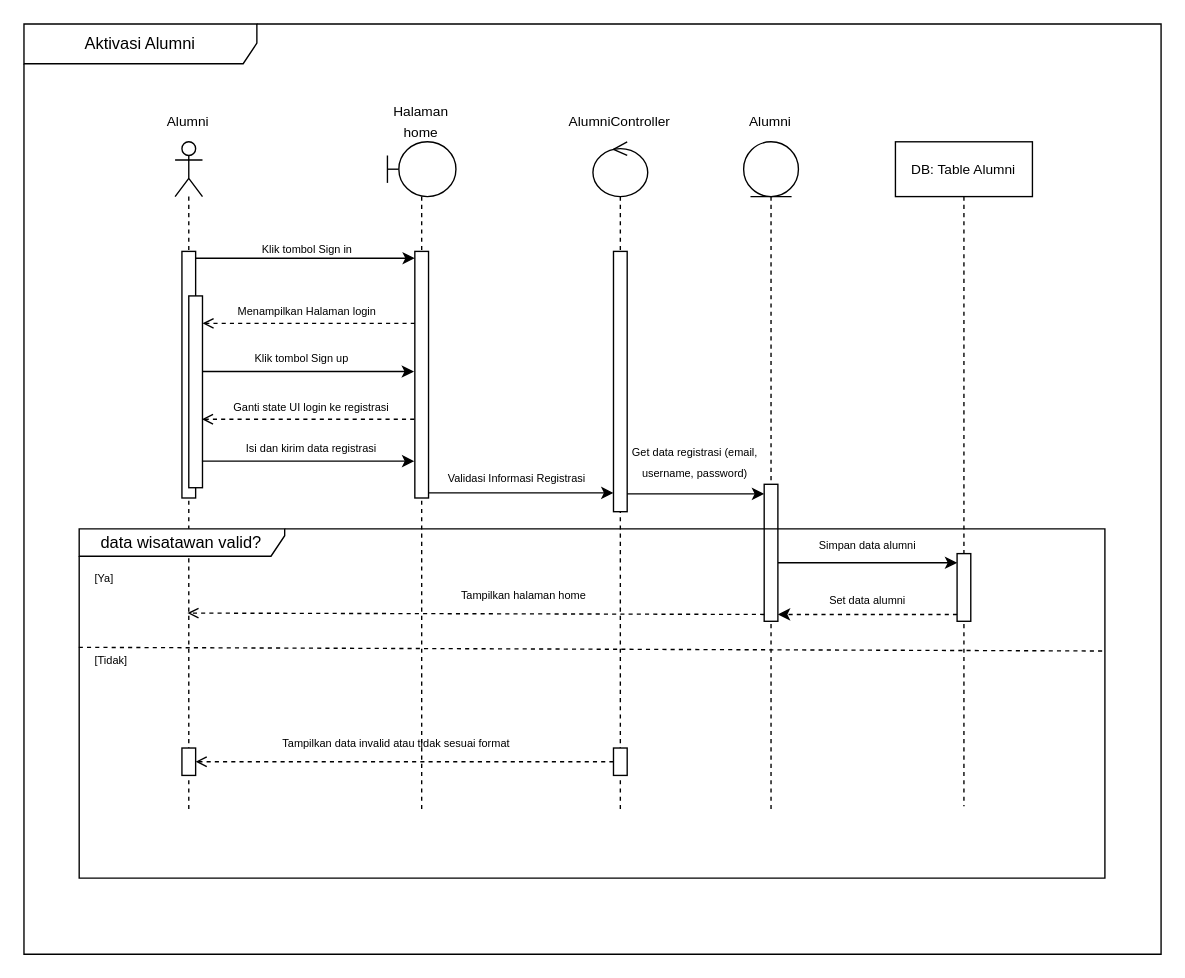
Above: page "Seq D. Aktivasi" (9 of 13) of PBL5.drawio in agungsaraswati/diagram_pbl5 (draw.io), before the change. Source tidied: cells renumbered, new cells numbered last; positions are measured from the earlier drawing's top-left corner, leaving out a move shared by most shapes. Both pictures are drawn from the tidied source at 137%, with x=0, y=0 at pixel (23, 23).
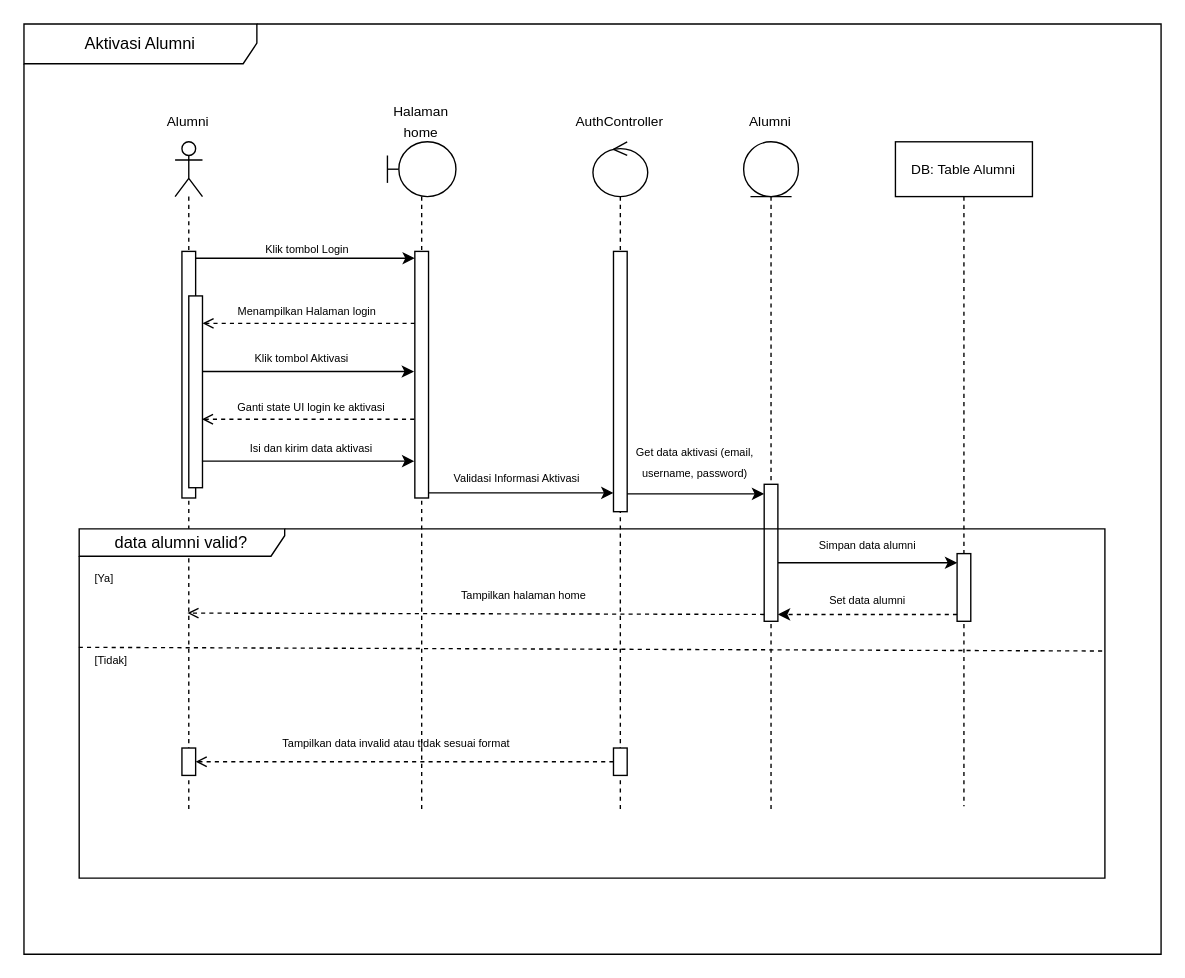
The same page after the edit.

Change to the diagram source:
```diff
@@
-    <mxCell id="2" value="&lt;font style=&quot;font-size: 8px;&quot;&gt;Validasi Informasi Registrasi&lt;/font&gt;" style="text;html=1;align=center;verticalAlign=middle;whiteSpace=wrap;rounded=0;" parent="1" vertex="1">
+    <mxCell id="2" value="&lt;font style=&quot;font-size: 8px;&quot;&gt;Validasi Informasi Aktivasi&lt;/font&gt;" style="text;html=1;align=center;verticalAlign=middle;whiteSpace=wrap;rounded=0;" parent="1" vertex="1">
       <mxGeometry x="295.3" y="322.5" width="130" height="16.5" as="geometry" />
     </mxCell>
@@
-    <mxCell id="11" value="&lt;span style=&quot;font-size: 8px;&quot;&gt;Klik tombol Sign in&lt;/span&gt;" style="text;html=1;align=center;verticalAlign=middle;whiteSpace=wrap;rounded=0;fontFamily=Helvetica;fontSize=12;fontColor=default;" parent="1" vertex="1">
+    <mxCell id="11" value="&lt;span style=&quot;font-size: 8px;&quot;&gt;Klik tombol Login&lt;/span&gt;" style="text;html=1;align=center;verticalAlign=middle;whiteSpace=wrap;rounded=0;fontFamily=Helvetica;fontSize=12;fontColor=default;" parent="1" vertex="1">
       <mxGeometry x="167.4" y="148.5" width="80" height="30" as="geometry" />
     </mxCell>
@@
-    <mxCell id="15" value="&lt;font style=&quot;font-size: 8px;&quot;&gt;Klik tombol Sign up&lt;/font&gt;" style="text;html=1;align=center;verticalAlign=middle;whiteSpace=wrap;rounded=0;" parent="1" vertex="1">
+    <mxCell id="15" value="&lt;font style=&quot;font-size: 8px;&quot;&gt;Klik tombol Aktivasi&lt;/font&gt;" style="text;html=1;align=center;verticalAlign=middle;whiteSpace=wrap;rounded=0;" parent="1" vertex="1">
       <mxGeometry x="154.5" y="233.5" width="95.8" height="18" as="geometry" />
     </mxCell>
-    <mxCell id="16" value="&lt;font size=&quot;1&quot;&gt;AlumniController&lt;/font&gt;" style="text;html=1;align=center;verticalAlign=middle;whiteSpace=wrap;rounded=0;" parent="1" vertex="1">
+    <mxCell id="16" value="&lt;font size=&quot;1&quot;&gt;AuthController&lt;/font&gt;" style="text;html=1;align=center;verticalAlign=middle;whiteSpace=wrap;rounded=0;" parent="1" vertex="1">
       <mxGeometry x="395.3" y="56" width="80" height="30" as="geometry" />
     </mxCell>
@@
-    <mxCell id="23" value="data wisatawan valid?" style="shape=umlFrame;whiteSpace=wrap;html=1;width=150;height=20;" parent="1" vertex="1">
+    <mxCell id="23" value="data alumni valid?" style="shape=umlFrame;whiteSpace=wrap;html=1;width=150;height=20;" parent="1" vertex="1">
       <mxGeometry x="40.3" y="368.5" width="748.7" height="255" as="geometry" />
     </mxCell>
@@
-    <mxCell id="37" value="&lt;span style=&quot;font-size: 8px;&quot;&gt;Ganti state UI login ke registrasi&lt;/span&gt;" style="text;html=1;align=center;verticalAlign=middle;whiteSpace=wrap;rounded=0;" parent="1" vertex="1">
+    <mxCell id="37" value="&lt;span style=&quot;font-size: 8px;&quot;&gt;Ganti state UI login ke aktivasi&lt;/span&gt;" style="text;html=1;align=center;verticalAlign=middle;whiteSpace=wrap;rounded=0;" parent="1" vertex="1">
       <mxGeometry x="142.7" y="268.5" width="133.7" height="20" as="geometry" />
     </mxCell>
-    <mxCell id="38" value="&lt;span style=&quot;font-size: 8px;&quot;&gt;Isi dan kirim data registrasi&lt;/span&gt;" style="text;html=1;align=center;verticalAlign=middle;whiteSpace=wrap;rounded=0;" parent="1" vertex="1">
+    <mxCell id="38" value="&lt;span style=&quot;font-size: 8px;&quot;&gt;Isi dan kirim data aktivasi&lt;/span&gt;" style="text;html=1;align=center;verticalAlign=middle;whiteSpace=wrap;rounded=0;" parent="1" vertex="1">
       <mxGeometry x="142.7" y="298.5" width="133.7" height="20" as="geometry" />
     </mxCell>
@@
-    <mxCell id="44" value="&lt;font style=&quot;font-size: 8px;&quot;&gt;Get data registrasi (email, username, password)&lt;/font&gt;" style="text;html=1;align=center;verticalAlign=middle;whiteSpace=wrap;rounded=0;" parent="1" vertex="1">
+    <mxCell id="44" value="&lt;font style=&quot;font-size: 8px;&quot;&gt;Get data aktivasi (email, username, password)&lt;/font&gt;" style="text;html=1;align=center;verticalAlign=middle;whiteSpace=wrap;rounded=0;" parent="1" vertex="1">
       <mxGeometry x="440.3" y="314" width="99.7" height="10" as="geometry" />
     </mxCell>
```
